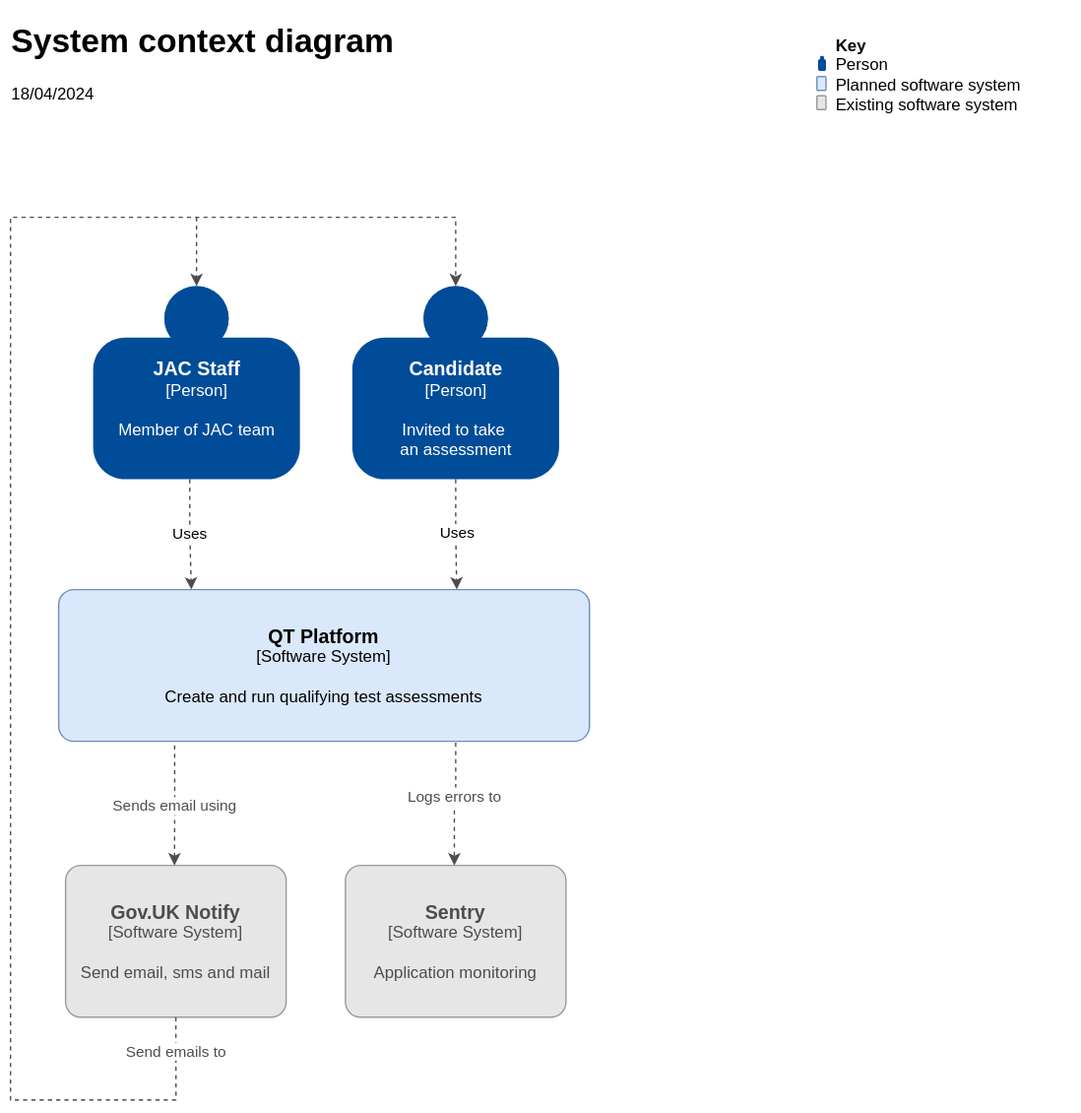
The draw.io diagram docs/architecture/jac-qt-platform-architecture-Context.drawio.svg in jac-uk/documentation, before a commit. Source tidied: cells renumbered, new cells last; positions are measured from the earlier drawing's top-left corner, leaving out a move shared by most shapes.
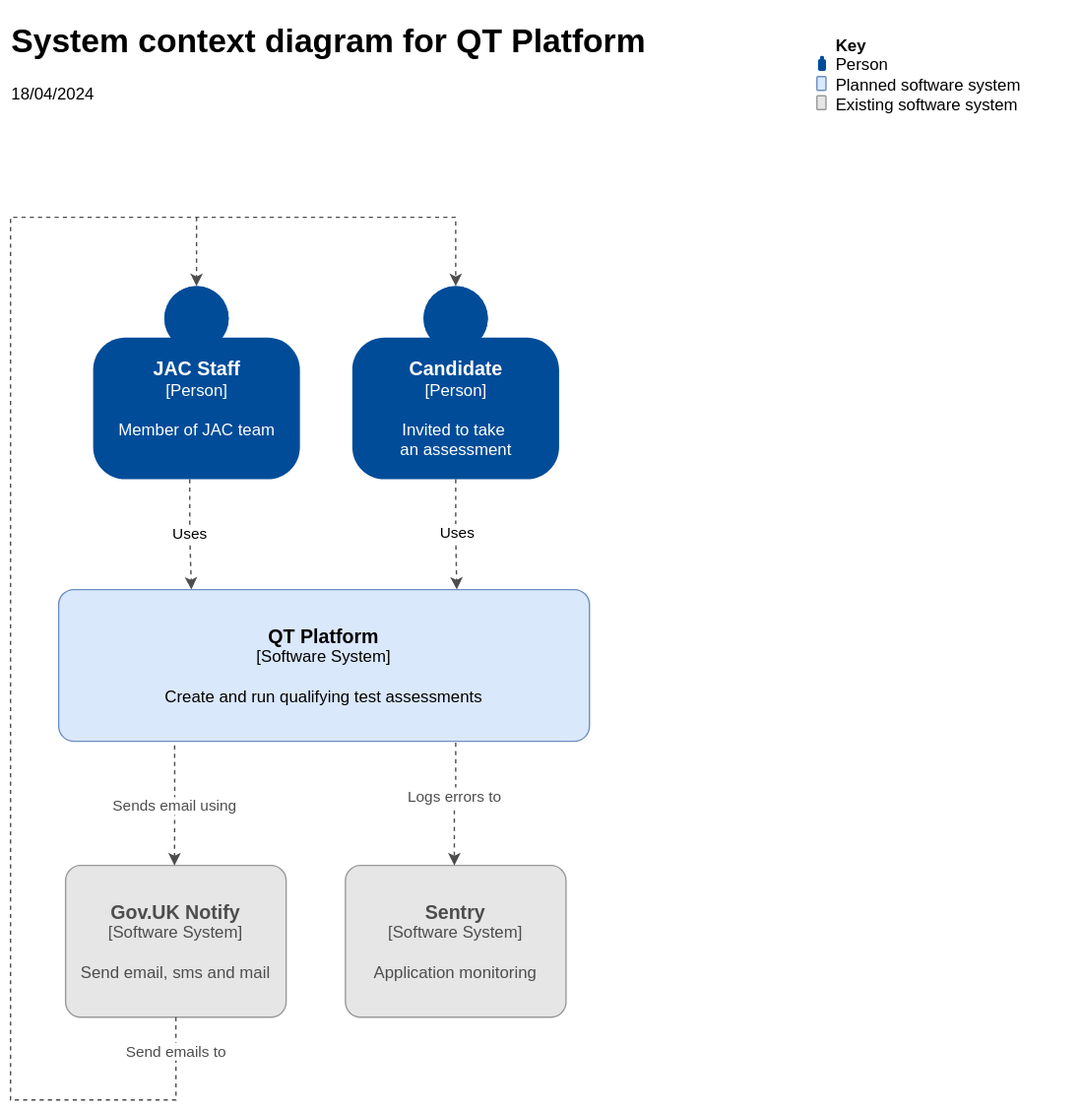
Above is the later version.

The edit, as a diff of the source:
```diff
@@ -69,8 +69,8 @@
         <mxPoint x="10" y="-10" as="offset" />
       </mxGeometry>
     </mxCell>
-    <mxCell id="15" value="&lt;h1&gt;System context diagram&lt;br&gt;&lt;/h1&gt;&lt;p&gt;18/04/2024&lt;/p&gt;" style="text;html=1;strokeColor=none;fillColor=none;spacing=5;spacingTop=-20;whiteSpace=wrap;overflow=hidden;rounded=0;align=left;" parent="1" vertex="1">
-      <mxGeometry width="355" height="70" as="geometry" />
+    <mxCell id="15" value="&lt;h1&gt;System context diagram for QT Platform&lt;br&gt;&lt;/h1&gt;&lt;p&gt;18/04/2024&lt;/p&gt;" style="text;html=1;strokeColor=none;fillColor=none;spacing=5;spacingTop=-20;whiteSpace=wrap;overflow=hidden;rounded=0;align=left;" parent="1" vertex="1">
+      <mxGeometry width="504" height="70" as="geometry" />
     </mxCell>
     <mxCell id="16" style="group;" parent="1" vertex="1">
       <mxGeometry x="589" y="17" width="191" height="53" as="geometry" />
```
